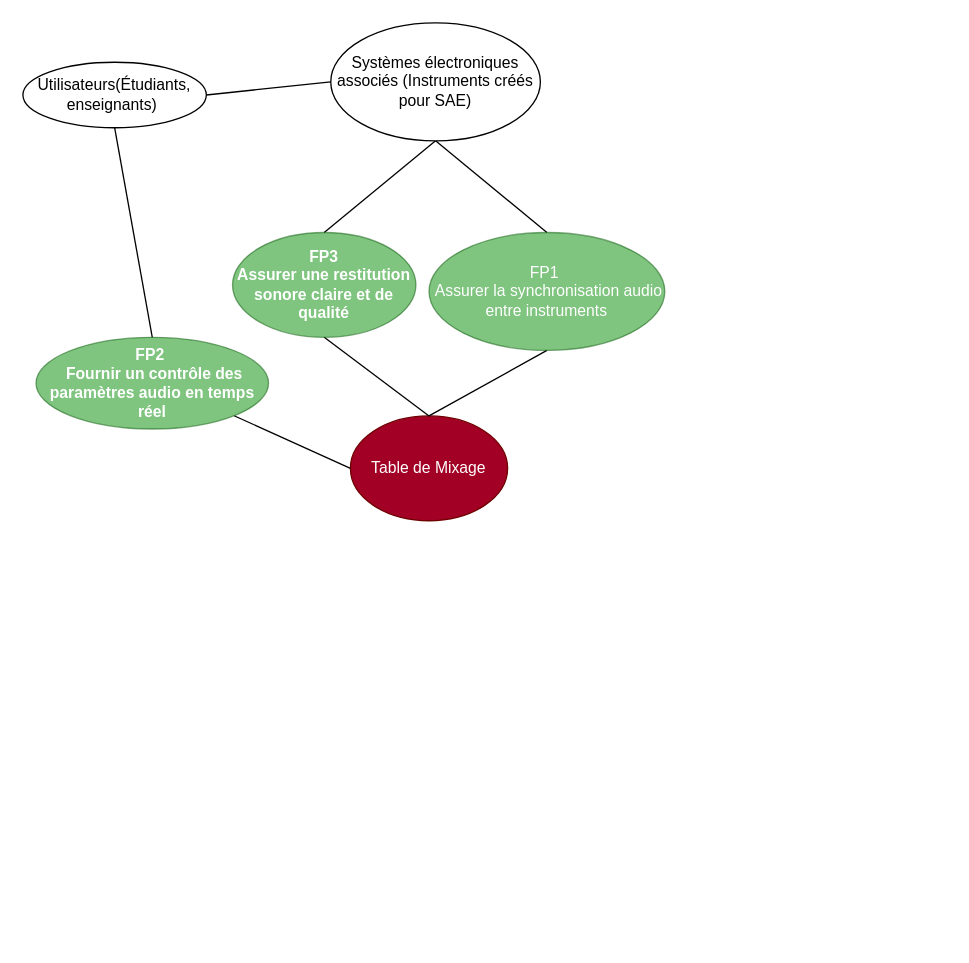
A-s-a-d/Table-de-Mixage keeps this draw.io diagram as Diagrammes/Schema éléments extérieurs V3.drawio. Above is the earlier version. Source tidied: cells renumbered, new cells numbered last; positions are measured from the earlier drawing's top-left corner, leaving out a move shared by most shapes. Both pictures are drawn from the tidied source at 131%, with x=0, y=0 at pixel (22, 22).
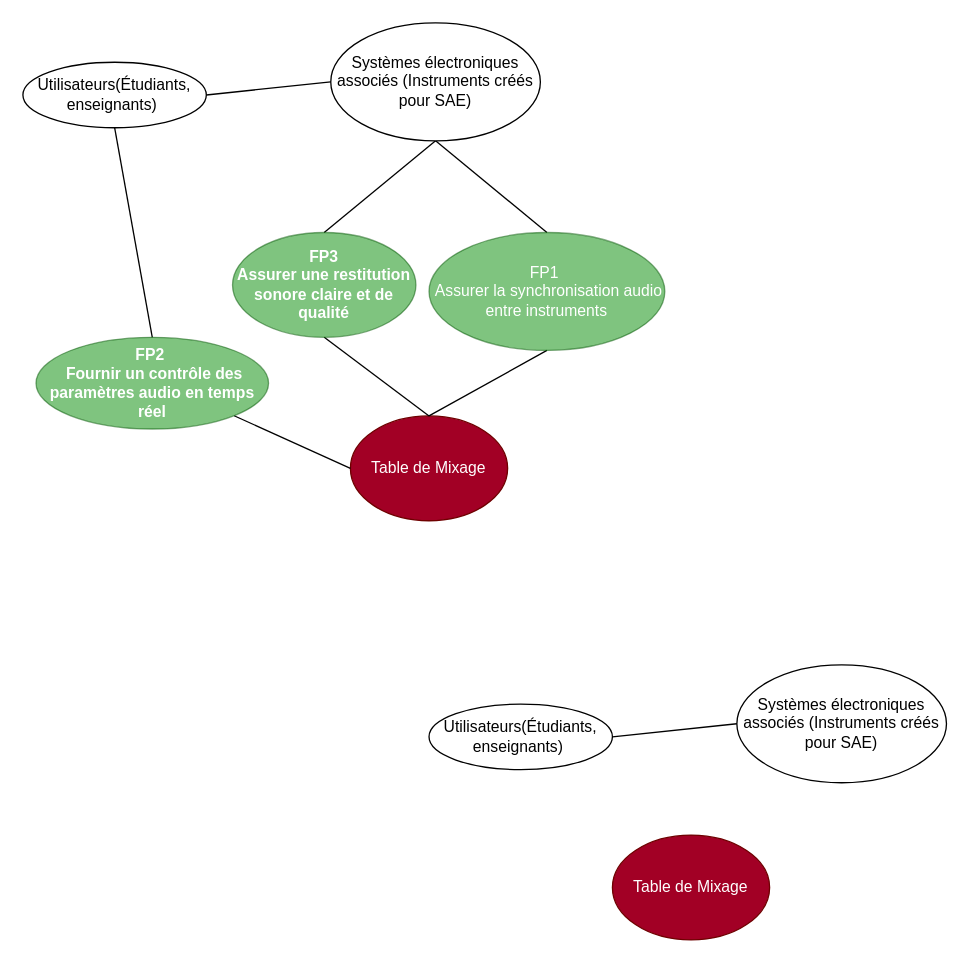
After the change.

Commit message (it also covers changes not shown here):
change diagrames and cahier des charges

What changed in the source:
```diff
@@
 <mxGraphModel>
   <root>
     <mxCell id="0" />
     <mxCell id="1" parent="0" />
     <mxCell id="2" value="Table de Mixage" style="ellipse;whiteSpace=wrap;html=1;fillColor=#a20025;fontColor=#ffffff;strokeColor=#6F0000;" parent="1" vertex="1">
       <mxGeometry x="250" y="300" width="120" height="80" as="geometry" />
     </mxCell>
     <mxCell id="3" style="rounded=0;jettySize=auto;html=1;exitX=0.5;exitY=1;exitDx=0;exitDy=0;entryX=0.5;entryY=0;entryDx=0;entryDy=0;endArrow=none;endFill=0;" parent="1" edge="1" source="5" target="10">
       <mxGeometry relative="1" as="geometry" />
     </mxCell>
     <mxCell id="4" style="rounded=0;jettySize=auto;html=1;exitX=0.5;exitY=1;exitDx=0;exitDy=0;entryX=0.5;entryY=0;entryDx=0;entryDy=0;endArrow=none;endFill=0;" parent="1" edge="1" source="5" target="14">
       <mxGeometry relative="1" as="geometry" />
     </mxCell>
     <mxCell id="5" value="Systèmes électroniques associés (Instruments créés pour SAE)" style="ellipse;whiteSpace=wrap;html=1;" parent="1" vertex="1">
       <mxGeometry x="235" width="160" height="90" as="geometry" />
     </mxCell>
     <mxCell id="6" style="rounded=0;jettySize=auto;html=1;exitX=0.5;exitY=1;exitDx=0;exitDy=0;entryX=0.5;entryY=0;entryDx=0;entryDy=0;endArrow=none;endFill=0;" parent="1" edge="1" source="8" target="12">
       <mxGeometry relative="1" as="geometry" />
     </mxCell>
     <mxCell id="7" style="rounded=0;jettySize=auto;html=1;exitX=1;exitY=0.5;exitDx=0;exitDy=0;entryX=0;entryY=0.5;entryDx=0;entryDy=0;endArrow=none;endFill=0;" parent="1" edge="1" source="8" target="5">
       <mxGeometry relative="1" as="geometry" />
     </mxCell>
     <mxCell id="8" value="Utilisateurs(Étudiants, enseignants)&amp;nbsp;" style="ellipse;whiteSpace=wrap;html=1;" parent="1" vertex="1">
       <mxGeometry y="30" width="140" height="50" as="geometry" />
     </mxCell>
     <mxCell id="9" style="rounded=0;jettySize=auto;html=1;exitX=0.5;exitY=1;exitDx=0;exitDy=0;entryX=0.5;entryY=0;entryDx=0;entryDy=0;endArrow=none;endFill=0;" parent="1" edge="1" source="10" target="2">
       <mxGeometry relative="1" as="geometry" />
     </mxCell>
     <mxCell id="10" value="&lt;font style=&quot;font-size: 12px;&quot;&gt;FP1&amp;nbsp;&lt;/font&gt;&lt;div&gt;&lt;font style=&quot;font-size: 12px;&quot;&gt;&amp;nbsp;Assurer la synchronisation audio entre instruments&lt;/font&gt;&lt;/div&gt;" style="ellipse;whiteSpace=wrap;html=1;fillColor=#008a00;strokeColor=#005700;fontColor=#ffffff;opacity=50;" parent="1" vertex="1">
       <mxGeometry x="310" y="160" width="180" height="90" as="geometry" />
     </mxCell>
     <mxCell id="11" style="rounded=0;jettySize=auto;html=1;exitX=1;exitY=1;exitDx=0;exitDy=0;entryX=0;entryY=0.5;entryDx=0;entryDy=0;endArrow=none;endFill=0;" parent="1" edge="1" source="12" target="2">
       <mxGeometry relative="1" as="geometry" />
     </mxCell>
     <mxCell id="12" value="&lt;div&gt;&lt;strong&gt;FP2&amp;nbsp;&lt;/strong&gt;&lt;/div&gt;&lt;div&gt;&lt;strong&gt;&amp;nbsp;Fournir un contrôle des paramètres audio en temps réel&lt;/strong&gt;&lt;/div&gt;" style="ellipse;whiteSpace=wrap;html=1;fillColor=#008a00;strokeColor=#005700;fontColor=#ffffff;opacity=50;" parent="1" vertex="1">
       <mxGeometry x="10" y="240" width="177.5" height="70" as="geometry" />
     </mxCell>
     <mxCell id="13" style="rounded=0;jettySize=auto;html=1;exitX=0.5;exitY=1;exitDx=0;exitDy=0;entryX=0.5;entryY=0;entryDx=0;entryDy=0;endArrow=none;endFill=0;" parent="1" edge="1" source="14" target="2">
       <mxGeometry relative="1" as="geometry" />
     </mxCell>
     <mxCell id="14" value="&lt;strong&gt;FP3&lt;/strong&gt;&lt;div&gt;&lt;strong&gt;Assurer une restitution sonore claire et de qualité&lt;/strong&gt;&lt;/div&gt;" style="ellipse;whiteSpace=wrap;html=1;fillColor=#008a00;strokeColor=#005700;fontColor=#ffffff;opacity=50;" parent="1" vertex="1">
       <mxGeometry x="160" y="160" width="140" height="80" as="geometry" />
     </mxCell>
+    <mxCell id="15" value="Table de Mixage" style="ellipse;whiteSpace=wrap;html=1;fillColor=#a20025;fontColor=#ffffff;strokeColor=#6F0000;" parent="1" vertex="1">
+      <mxGeometry x="450" y="620" width="120" height="80" as="geometry" />
+    </mxCell>
+    <mxCell id="16" value="Systèmes électroniques associés (Instruments créés pour SAE)" style="ellipse;whiteSpace=wrap;html=1;" parent="1" vertex="1">
+      <mxGeometry x="545" y="490" width="160" height="90" as="geometry" />
+    </mxCell>
+    <mxCell id="17" style="rounded=0;jettySize=auto;html=1;exitX=1;exitY=0.5;exitDx=0;exitDy=0;entryX=0;entryY=0.5;entryDx=0;entryDy=0;endArrow=none;endFill=0;" parent="1" edge="1" source="18" target="16">
+      <mxGeometry relative="1" as="geometry" />
+    </mxCell>
+    <mxCell id="18" value="Utilisateurs(Étudiants, enseignants)&amp;nbsp;" style="ellipse;whiteSpace=wrap;html=1;" parent="1" vertex="1">
+      <mxGeometry x="310" y="520" width="140" height="50" as="geometry" />
+    </mxCell>
   </root>
 </mxGraphModel>
```
